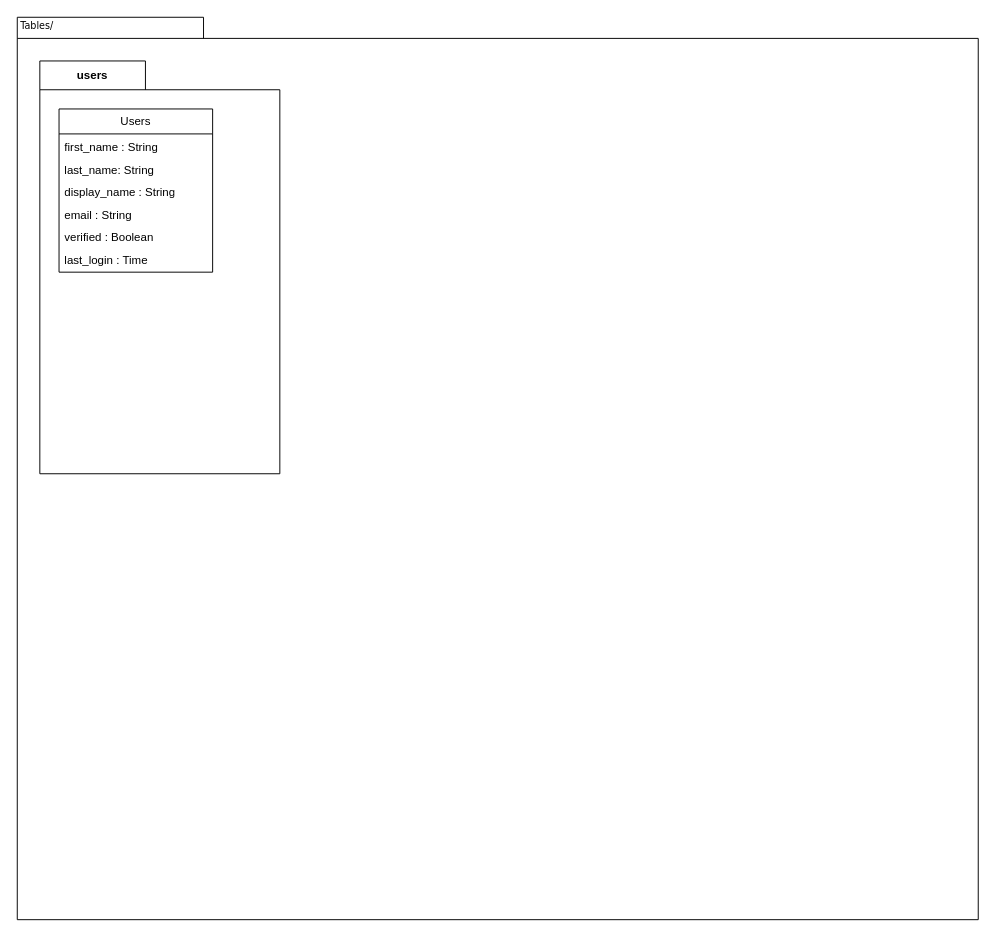
Before: .diagrams/.be/tables-folder.drawio in Bilgecrank/hindsite, a draw.io diagram. Source tidied: cells renumbered, new cells numbered last; positions are measured from the earlier drawing's top-left corner, leaving out a move shared by most shapes. Both pictures are drawn from the tidied source at 96%, with x=0, y=0 at pixel (16, 16).
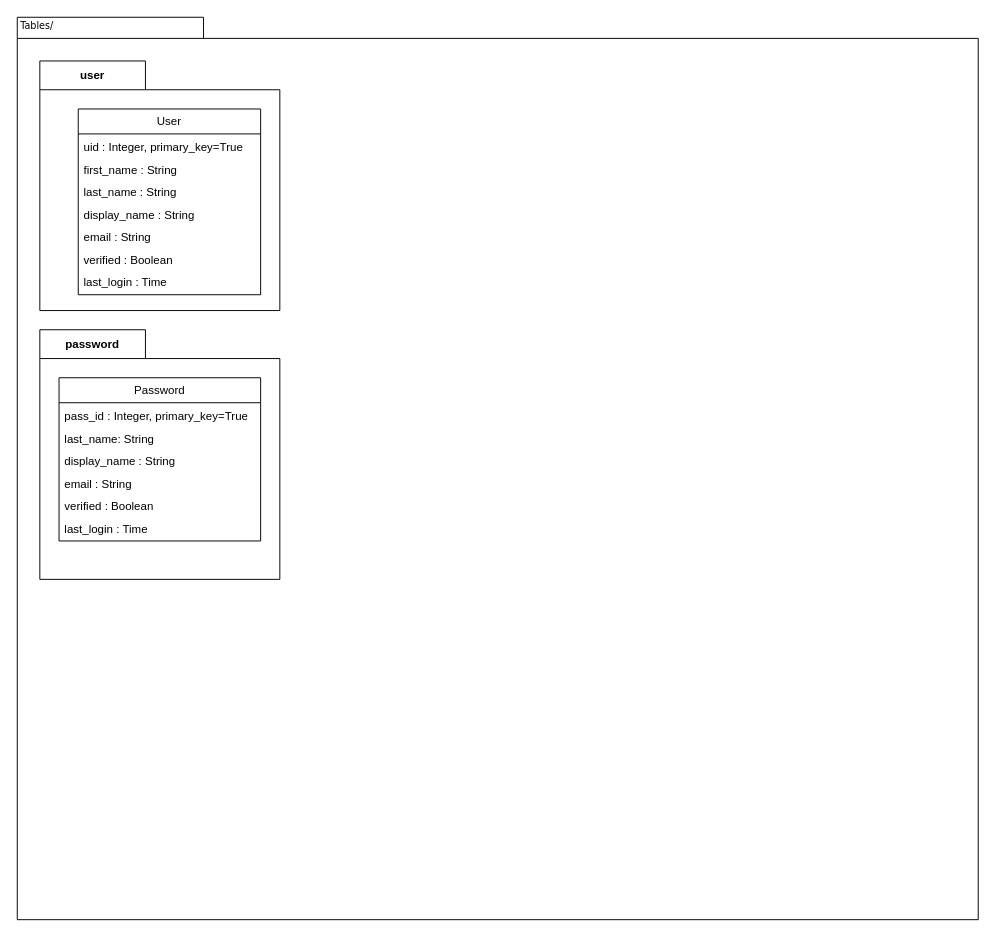
Above is the later version.

What changed in the source:
```diff
@@
-    <mxCell id="2" style="shape=folder;fontStyle=1;spacingTop=10;tabWidth=194;tabHeight=22;tabPosition=left;html=1;rounded=0;shadow=0;comic=0;labelBackgroundColor=none;strokeWidth=1;fillColor=none;fontFamily=Verdana;fontSize=10;align=center;" parent="1" vertex="1">
-      <mxGeometry x="0.5" y="0.5" width="1001" height="940" as="geometry" />
-    </mxCell>
+    <mxCell id="13" style="shape=folder;fontStyle=1;spacingTop=10;tabWidth=194;tabHeight=22;tabPosition=left;html=1;rounded=0;shadow=0;comic=0;labelBackgroundColor=none;strokeWidth=1;fillColor=none;fontFamily=Verdana;fontSize=10;align=center;" parent="1" vertex="1">
+      <mxGeometry x="0.5" y="0.5" width="1001" height="940" as="geometry" />
+    </mxCell>
@@
-    <mxCell id="4" value="users" style="shape=folder;fontStyle=1;tabWidth=110;tabHeight=30;tabPosition=left;html=1;boundedLbl=1;labelInHeader=1;whiteSpace=wrap;" parent="1" vertex="1">
-      <mxGeometry x="24" y="46" width="250" height="430" as="geometry" />
-    </mxCell>
-    <mxCell id="5" style="html=1;strokeColor=none;fillColor=none;whiteSpace=wrap;" parent="4" vertex="1">
-      <mxGeometry width="250" height="236.5" relative="1" as="geometry">
-        <mxPoint y="30" as="offset" />
-      </mxGeometry>
-    </mxCell>
-    <mxCell id="6" value="Users" style="swimlane;fontStyle=0;horizontal=1;startSize=26;fillColor=none;whiteSpace=wrap;html=1;" parent="4" vertex="1">
-      <mxGeometry x="20" y="50" width="160" height="170" as="geometry" />
-    </mxCell>
+    <mxCell id="14" value="user" style="shape=folder;fontStyle=1;tabWidth=110;tabHeight=30;tabPosition=left;html=1;boundedLbl=1;labelInHeader=1;whiteSpace=wrap;" parent="1" vertex="1">
+      <mxGeometry x="24" y="46" width="250" height="260" as="geometry" />
+    </mxCell>
+    <mxCell id="15" style="html=1;strokeColor=none;fillColor=none;whiteSpace=wrap;" parent="14" vertex="1">
+      <mxGeometry width="250" height="143" relative="1" as="geometry">
+        <mxPoint y="30" as="offset" />
+      </mxGeometry>
+    </mxCell>
+    <mxCell id="16" value="User" style="swimlane;fontStyle=0;horizontal=1;startSize=26;fillColor=none;whiteSpace=wrap;html=1;" parent="14" vertex="1">
+      <mxGeometry x="40" y="50" width="190" height="193.5" as="geometry" />
+    </mxCell>
+    <mxCell id="17" value="uid : Integer, primary_key=True" style="text;strokeColor=none;fillColor=none;align=left;verticalAlign=top;spacingLeft=4;spacingRight=4;overflow=hidden;whiteSpace=wrap;html=1;" parent="16" vertex="1">
+      <mxGeometry y="26" width="190" height="23.5" as="geometry" />
+    </mxCell>
-    <mxCell id="7" value="first_name : String" style="text;strokeColor=none;fillColor=none;align=left;verticalAlign=top;spacingLeft=4;spacingRight=4;overflow=hidden;whiteSpace=wrap;html=1;" parent="6" vertex="1">
-      <mxGeometry y="26" width="160" height="23.5" as="geometry" />
+    <mxCell id="7" value="first_name : String" style="text;strokeColor=none;fillColor=none;align=left;verticalAlign=top;spacingLeft=4;spacingRight=4;overflow=hidden;whiteSpace=wrap;html=1;" parent="16" vertex="1">
+      <mxGeometry y="49.5" width="190" height="23.5" as="geometry" />
     </mxCell>
+    <mxCell id="18" value="last_name : String" style="text;strokeColor=none;fillColor=none;align=left;verticalAlign=top;spacingLeft=4;spacingRight=4;overflow=hidden;whiteSpace=wrap;html=1;" parent="16" vertex="1">
+      <mxGeometry y="73" width="190" height="23.5" as="geometry" />
+    </mxCell>
+    <mxCell id="19" value="display_name : String" style="text;strokeColor=none;fillColor=none;align=left;verticalAlign=top;spacingLeft=4;spacingRight=4;overflow=hidden;whiteSpace=wrap;html=1;" parent="16" vertex="1">
+      <mxGeometry y="96.5" width="190" height="23.5" as="geometry" />
+    </mxCell>
+    <mxCell id="20" value="email : String" style="text;strokeColor=none;fillColor=none;align=left;verticalAlign=top;spacingLeft=4;spacingRight=4;overflow=hidden;whiteSpace=wrap;html=1;" parent="16" vertex="1">
+      <mxGeometry y="120" width="190" height="23.5" as="geometry" />
+    </mxCell>
+    <mxCell id="21" value="verified : Boolean" style="text;strokeColor=none;fillColor=none;align=left;verticalAlign=top;spacingLeft=4;spacingRight=4;overflow=hidden;whiteSpace=wrap;html=1;" parent="16" vertex="1">
+      <mxGeometry y="143.5" width="190" height="23.5" as="geometry" />
+    </mxCell>
+    <mxCell id="22" value="last_login : Time" style="text;strokeColor=none;fillColor=none;align=left;verticalAlign=top;spacingLeft=4;spacingRight=4;overflow=hidden;whiteSpace=wrap;html=1;" parent="16" vertex="1">
+      <mxGeometry y="167" width="190" height="26.5" as="geometry" />
+    </mxCell>
+    <mxCell id="23" style="edgeStyle=orthogonalEdgeStyle;rounded=0;orthogonalLoop=1;jettySize=auto;html=1;exitX=0.5;exitY=1;exitDx=0;exitDy=0;exitPerimeter=0;" parent="1" edge="1" source="14" target="14">
+      <mxGeometry relative="1" as="geometry" />
+    </mxCell>
+    <mxCell id="24" value="password" style="shape=folder;fontStyle=1;tabWidth=110;tabHeight=30;tabPosition=left;html=1;boundedLbl=1;labelInHeader=1;whiteSpace=wrap;" parent="1" vertex="1">
+      <mxGeometry x="24" y="326" width="250" height="260" as="geometry" />
+    </mxCell>
+    <mxCell id="25" style="html=1;strokeColor=none;fillColor=none;whiteSpace=wrap;" parent="24" vertex="1">
+      <mxGeometry width="250" height="143" relative="1" as="geometry">
+        <mxPoint y="30" as="offset" />
+      </mxGeometry>
+    </mxCell>
+    <mxCell id="26" value="Password" style="swimlane;fontStyle=0;horizontal=1;startSize=26;fillColor=none;whiteSpace=wrap;html=1;" parent="24" vertex="1">
+      <mxGeometry x="20" y="50" width="210" height="170" as="geometry" />
+    </mxCell>
+    <mxCell id="27" value="pass_id : Integer, primary_key=True" style="text;strokeColor=none;fillColor=none;align=left;verticalAlign=top;spacingLeft=4;spacingRight=4;overflow=hidden;whiteSpace=wrap;html=1;" parent="26" vertex="1">
+      <mxGeometry y="26" width="210" height="23.5" as="geometry" />
+    </mxCell>
-    <mxCell id="8" value="last_name: String" style="text;strokeColor=none;fillColor=none;align=left;verticalAlign=top;spacingLeft=4;spacingRight=4;overflow=hidden;whiteSpace=wrap;html=1;" parent="6" vertex="1">
-      <mxGeometry y="49.5" width="160" height="23.5" as="geometry" />
+    <mxCell id="8" value="last_name: String" style="text;strokeColor=none;fillColor=none;align=left;verticalAlign=top;spacingLeft=4;spacingRight=4;overflow=hidden;whiteSpace=wrap;html=1;" parent="26" vertex="1">
+      <mxGeometry y="49.5" width="210" height="23.5" as="geometry" />
     </mxCell>
-    <mxCell id="9" value="display_name : String" style="text;strokeColor=none;fillColor=none;align=left;verticalAlign=top;spacingLeft=4;spacingRight=4;overflow=hidden;whiteSpace=wrap;html=1;" parent="6" vertex="1">
-      <mxGeometry y="73" width="160" height="23.5" as="geometry" />
-    </mxCell>
-    <mxCell id="10" value="email : String" style="text;strokeColor=none;fillColor=none;align=left;verticalAlign=top;spacingLeft=4;spacingRight=4;overflow=hidden;whiteSpace=wrap;html=1;" parent="6" vertex="1">
-      <mxGeometry y="96.5" width="160" height="23.5" as="geometry" />
-    </mxCell>
-    <mxCell id="11" value="verified : Boolean" style="text;strokeColor=none;fillColor=none;align=left;verticalAlign=top;spacingLeft=4;spacingRight=4;overflow=hidden;whiteSpace=wrap;html=1;" parent="6" vertex="1">
-      <mxGeometry y="120" width="160" height="23.5" as="geometry" />
-    </mxCell>
-    <mxCell id="12" value="last_login : Time" style="text;strokeColor=none;fillColor=none;align=left;verticalAlign=top;spacingLeft=4;spacingRight=4;overflow=hidden;whiteSpace=wrap;html=1;" parent="6" vertex="1">
-      <mxGeometry y="143.5" width="160" height="26.5" as="geometry" />
-    </mxCell>
+    <mxCell id="28" value="display_name : String" style="text;strokeColor=none;fillColor=none;align=left;verticalAlign=top;spacingLeft=4;spacingRight=4;overflow=hidden;whiteSpace=wrap;html=1;" parent="26" vertex="1">
+      <mxGeometry y="73" width="210" height="23.5" as="geometry" />
+    </mxCell>
+    <mxCell id="29" value="email : String" style="text;strokeColor=none;fillColor=none;align=left;verticalAlign=top;spacingLeft=4;spacingRight=4;overflow=hidden;whiteSpace=wrap;html=1;" parent="26" vertex="1">
+      <mxGeometry y="96.5" width="210" height="23.5" as="geometry" />
+    </mxCell>
+    <mxCell id="30" value="verified : Boolean" style="text;strokeColor=none;fillColor=none;align=left;verticalAlign=top;spacingLeft=4;spacingRight=4;overflow=hidden;whiteSpace=wrap;html=1;" parent="26" vertex="1">
+      <mxGeometry y="120" width="210" height="23.5" as="geometry" />
+    </mxCell>
+    <mxCell id="31" value="last_login : Time" style="text;strokeColor=none;fillColor=none;align=left;verticalAlign=top;spacingLeft=4;spacingRight=4;overflow=hidden;whiteSpace=wrap;html=1;" parent="26" vertex="1">
+      <mxGeometry y="143.5" width="210" height="26.5" as="geometry" />
+    </mxCell>
```
